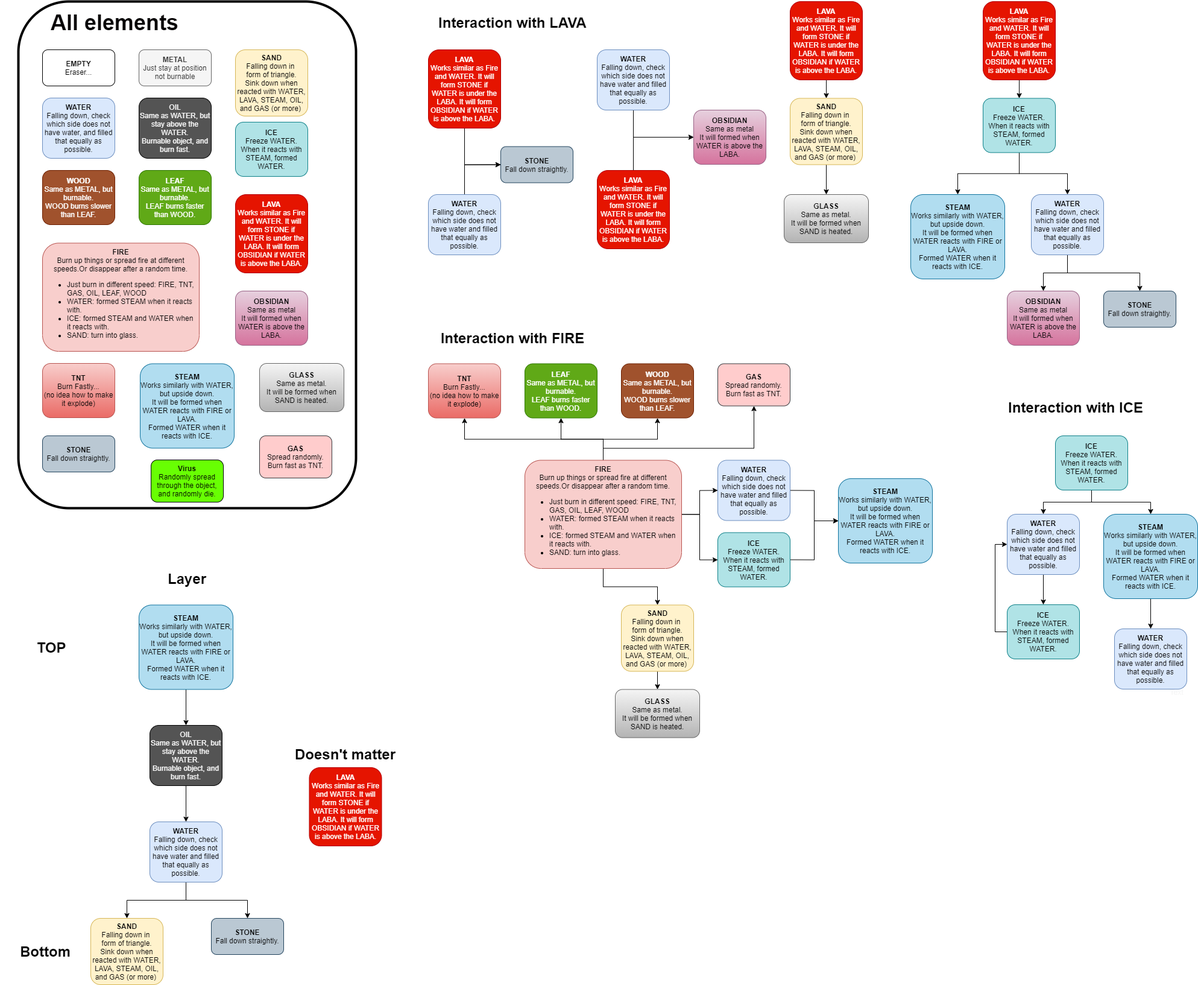
Above: MAP.png in Nitro1231/FallingSand (draw.io), before the change. Source tidied: cells renumbered, new cells last; positions are measured from the earlier drawing's top-left corner, leaving out a move shared by most shapes.
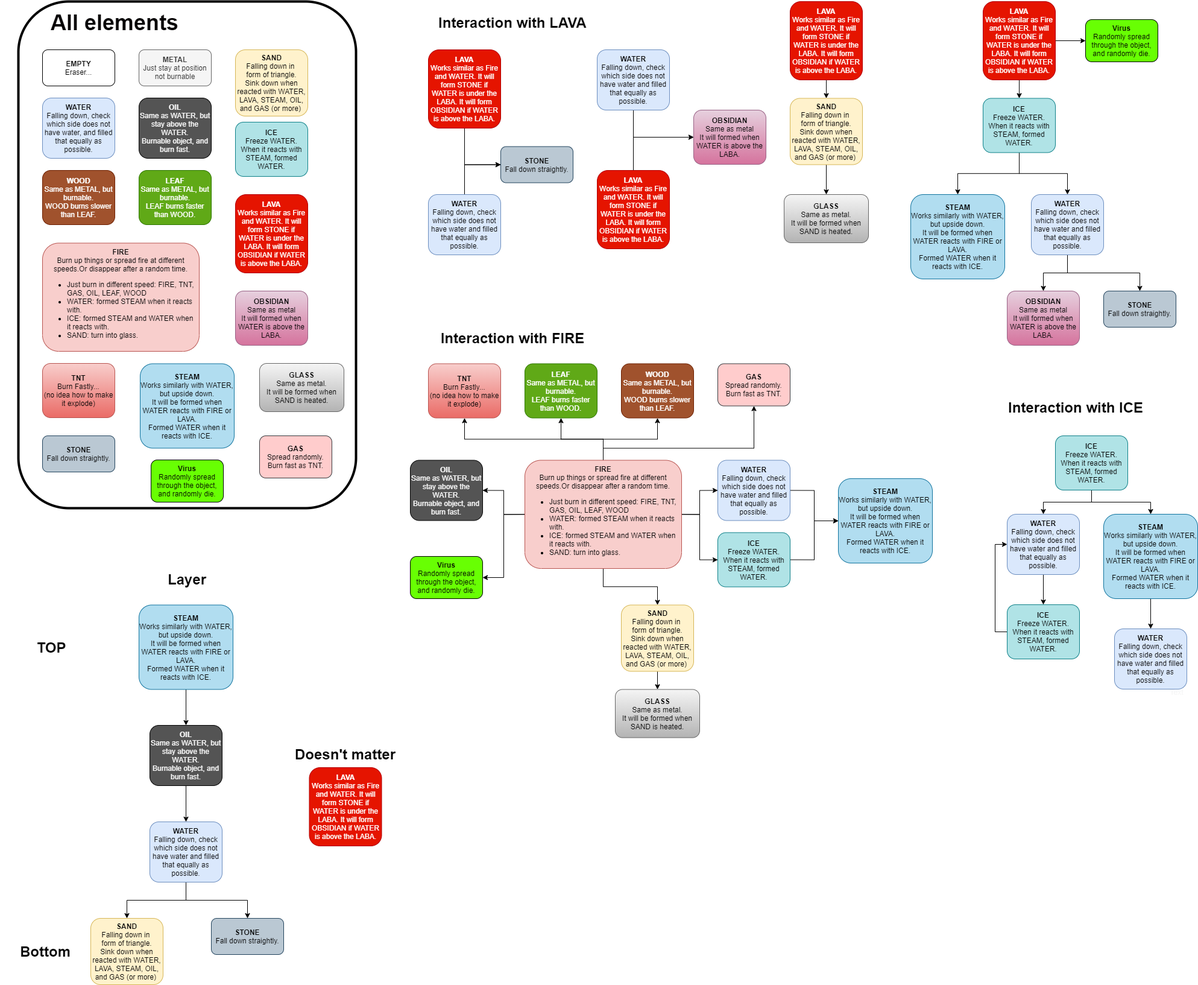
The same diagram one commit later.

What changed in the source:
```diff
@@ -50,7 +50,7 @@
     <mxCell id="17" value="&lt;b&gt;WATER&lt;/b&gt;&lt;br&gt;Falling down, check which side does not have water, and filled that equally as possible." style="rounded=1;whiteSpace=wrap;html=1;fillColor=#dae8fc;strokeColor=#6c8ebf;" parent="1" vertex="1">
       <mxGeometry x="70" y="160" width="120" height="100" as="geometry" />
     </mxCell>
-    <mxCell id="18" value="&lt;div&gt;OIL&lt;/div&gt;&lt;div&gt;Same as WATER, but stay above the WATER.&lt;/div&gt;&lt;div&gt;Burnable object, and burn fast.&lt;/div&gt;" style="rounded=1;whiteSpace=wrap;html=1;fillColor=#545454;fontColor=#F7F7F7;" parent="1" vertex="1">
+    <mxCell id="18" value="&lt;div&gt;&lt;b&gt;OIL&lt;/b&gt;&lt;/div&gt;&lt;div&gt;Same as WATER, but stay above the WATER.&lt;/div&gt;&lt;div&gt;Burnable object, and burn fast.&lt;/div&gt;" style="rounded=1;whiteSpace=wrap;html=1;fillColor=#545454;fontColor=#F7F7F7;" parent="1" vertex="1">
       <mxGeometry x="230" y="160" width="120" height="100" as="geometry" />
     </mxCell>
     <mxCell id="19" value="&lt;div&gt;&lt;b&gt;WOOD&lt;/b&gt;&lt;/div&gt;&lt;div&gt;Same as METAL, but burnable.&lt;/div&gt;&lt;div&gt;WOOD burns slower than LEAF.&lt;/div&gt;" style="rounded=1;whiteSpace=wrap;html=1;fillColor=#a0522d;strokeColor=#6D1F00;fontColor=#ffffff;" parent="1" vertex="1">
@@ -112,6 +112,12 @@
     <mxCell id="36" style="edgeStyle=orthogonalEdgeStyle;rounded=0;jettySize=auto;html=1;exitX=0.5;exitY=1;exitDx=0;exitDy=0;entryX=0.5;entryY=0;entryDx=0;entryDy=0;fontColor=#F7F7F7;" parent="1" edge="1" source="37" target="48">
       <mxGeometry relative="1" as="geometry" />
     </mxCell>
+    <mxCell id="95" style="edgeStyle=orthogonalEdgeStyle;rounded=0;jettySize=auto;html=1;exitX=0;exitY=0.5;exitDx=0;exitDy=0;entryX=1;entryY=0.5;entryDx=0;entryDy=0;" parent="1" edge="1" source="37" target="98">
+      <mxGeometry relative="1" as="geometry" />
+    </mxCell>
+    <mxCell id="96" style="edgeStyle=orthogonalEdgeStyle;rounded=0;jettySize=auto;html=1;exitX=0;exitY=0.5;exitDx=0;exitDy=0;" parent="1" edge="1" source="37" target="99">
+      <mxGeometry relative="1" as="geometry" />
+    </mxCell>
     <mxCell id="37" value="&lt;b&gt;FIRE&lt;/b&gt;&lt;br&gt;Burn up things or spread fire at different speeds.Or disappear after a random time.&lt;br&gt;&lt;ul&gt;&lt;li style=&quot;text-align: left&quot;&gt;Just burn in different speed: FIRE, TNT, GAS, OIL, LEAF, WOOD&lt;/li&gt;&lt;li style=&quot;text-align: left&quot;&gt;WATER: formed STEAM when it reacts with.&lt;/li&gt;&lt;li style=&quot;text-align: left&quot;&gt;ICE: formed STEAM and WATER when it reacts with.&lt;/li&gt;&lt;li style=&quot;text-align: left&quot;&gt;SAND: turn into glass.&lt;/li&gt;&lt;/ul&gt;" style="rounded=1;whiteSpace=wrap;html=1;fillColor=#f8cecc;strokeColor=#b85450;" parent="1" vertex="1">
       <mxGeometry x="870" y="760.5" width="260" height="179.5" as="geometry" />
     </mxCell>
@@ -178,6 +184,9 @@
     <mxCell id="58" style="edgeStyle=orthogonalEdgeStyle;rounded=0;jettySize=auto;html=1;exitX=0.5;exitY=1;exitDx=0;exitDy=0;entryX=0.5;entryY=0;entryDx=0;entryDy=0;fontColor=#F7F7F7;" parent="1" edge="1" source="59" target="57">
       <mxGeometry relative="1" as="geometry" />
     </mxCell>
+    <mxCell id="97" style="edgeStyle=orthogonalEdgeStyle;rounded=0;jettySize=auto;html=1;exitX=1;exitY=0.5;exitDx=0;exitDy=0;entryX=0;entryY=0.5;entryDx=0;entryDy=0;" parent="1" edge="1" source="59" target="100">
+      <mxGeometry relative="1" as="geometry" />
+    </mxCell>
     <mxCell id="59" value="&lt;b&gt;LAVA&lt;/b&gt;&lt;br&gt;Works similar as Fire and WATER. It will form STONE if WATER is under the LABA. It will form OBSIDIAN if WATER is above the LABA." style="rounded=1;whiteSpace=wrap;html=1;fillColor=#e51400;fontColor=#ffffff;strokeColor=#B20000;" parent="1" vertex="1">
       <mxGeometry x="1630" width="120" height="130" as="geometry" />
     </mxCell>
@@ -256,7 +265,7 @@
     <mxCell id="84" style="edgeStyle=orthogonalEdgeStyle;rounded=0;jettySize=auto;html=1;exitX=0.5;exitY=1;exitDx=0;exitDy=0;entryX=0.5;entryY=0;entryDx=0;entryDy=0;fontColor=#F7F7F7;" parent="1" edge="1" source="85" target="88">
       <mxGeometry relative="1" as="geometry" />
     </mxCell>
-    <mxCell id="85" value="&lt;div&gt;OIL&lt;/div&gt;&lt;div&gt;Same as WATER, but stay above the WATER.&lt;/div&gt;&lt;div&gt;Burnable object, and burn fast.&lt;/div&gt;" style="rounded=1;whiteSpace=wrap;html=1;fillColor=#545454;fontColor=#F7F7F7;" parent="1" vertex="1">
+    <mxCell id="85" value="&lt;div&gt;&lt;b&gt;OIL&lt;/b&gt;&lt;/div&gt;&lt;div&gt;Same as WATER, but stay above the WATER.&lt;/div&gt;&lt;div&gt;Burnable object, and burn fast.&lt;/div&gt;" style="rounded=1;whiteSpace=wrap;html=1;fillColor=#545454;fontColor=#F7F7F7;" parent="1" vertex="1">
       <mxGeometry x="248" y="1200" width="120" height="100" as="geometry" />
     </mxCell>
     <mxCell id="86" style="edgeStyle=orthogonalEdgeStyle;rounded=0;jettySize=auto;html=1;exitX=0.5;exitY=1;exitDx=0;exitDy=0;entryX=0.5;entryY=0;entryDx=0;entryDy=0;fontColor=#F7F7F7;" parent="1" edge="1" source="88" target="82">
@@ -286,5 +295,14 @@
     <mxCell id="94" value="&lt;b&gt;Virus&lt;/b&gt;&lt;br&gt;Randomly spread through the object, and randomly die." style="rounded=1;whiteSpace=wrap;html=1;fillColor=#68FF03;" parent="1" vertex="1">
       <mxGeometry x="250" y="760" width="120" height="70" as="geometry" />
     </mxCell>
+    <mxCell id="98" value="&lt;div&gt;&lt;b&gt;OIL&lt;/b&gt;&lt;/div&gt;&lt;div&gt;Same as WATER, but stay above the WATER.&lt;/div&gt;&lt;div&gt;Burnable object, and burn fast.&lt;/div&gt;" style="rounded=1;whiteSpace=wrap;html=1;fillColor=#545454;fontColor=#F7F7F7;" parent="1" vertex="1">
+      <mxGeometry x="680" y="760.5" width="120" height="100" as="geometry" />
+    </mxCell>
+    <mxCell id="99" value="&lt;b&gt;Virus&lt;/b&gt;&lt;br&gt;Randomly spread through the object, and randomly die." style="rounded=1;whiteSpace=wrap;html=1;fillColor=#68FF03;" parent="1" vertex="1">
+      <mxGeometry x="680" y="920" width="120" height="70" as="geometry" />
+    </mxCell>
+    <mxCell id="100" value="&lt;b&gt;Virus&lt;/b&gt;&lt;br&gt;Randomly spread through the object, and randomly die." style="rounded=1;whiteSpace=wrap;html=1;fillColor=#68FF03;" parent="1" vertex="1">
+      <mxGeometry x="1800" y="30" width="120" height="70" as="geometry" />
+    </mxCell>
   </root>
 </mxGraphModel>
```
